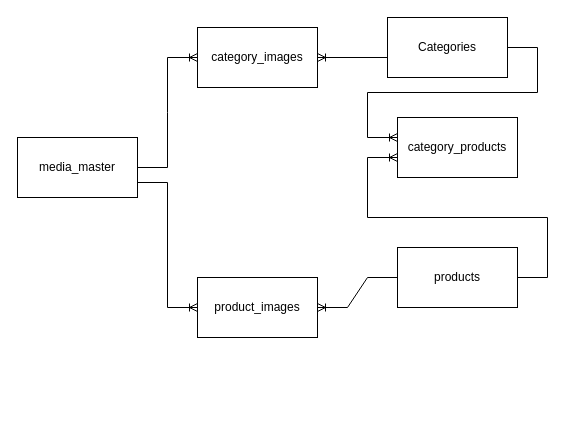
Sainath1998/git keeps this draw.io diagram as Untitled Diagram.drawio. Above is the earlier version. Source tidied: cells renumbered, new cells numbered last; positions are measured from the earlier drawing's top-left corner, leaving out a move shared by most shapes. Both pictures are drawn from the tidied source at 100%, with x=0, y=0 at pixel (17, 17).
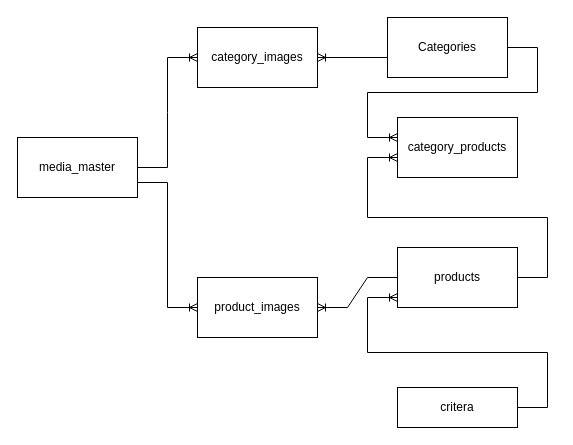
The same diagram, later.

Commit message:
product_criteria

Change to the diagram source:
```diff
@@
 <mxGraphModel>
   <root>
     <mxCell id="0" />
     <mxCell id="1" parent="0" />
     <mxCell id="2" value="Categories" style="rounded=0;whiteSpace=wrap;html=1;" parent="1" vertex="1">
       <mxGeometry x="370" width="120" height="60" as="geometry" />
     </mxCell>
     <mxCell id="3" value="category_products" style="rounded=0;whiteSpace=wrap;html=1;" parent="1" vertex="1">
       <mxGeometry x="380" y="100" width="120" height="60" as="geometry" />
     </mxCell>
     <mxCell id="4" value="products" style="rounded=0;whiteSpace=wrap;html=1;" parent="1" vertex="1">
       <mxGeometry x="380" y="230" width="120" height="60" as="geometry" />
     </mxCell>
     <mxCell id="5" style="edgeStyle=entityRelationEdgeStyle;fontSize=12;html=1;endArrow=ERoneToMany;rounded=0;exitX=1;exitY=0.5;exitDx=0;exitDy=0;" parent="1" edge="1" source="2">
       <mxGeometry relative="1" as="geometry">
         <mxPoint x="380" y="120" as="targetPoint" />
       </mxGeometry>
     </mxCell>
     <mxCell id="6" style="edgeStyle=entityRelationEdgeStyle;fontSize=12;html=1;endArrow=ERoneToMany;rounded=0;exitX=1;exitY=0.5;exitDx=0;exitDy=0;" parent="1" edge="1" source="4">
       <mxGeometry relative="1" as="geometry">
         <mxPoint x="380" y="140" as="targetPoint" />
       </mxGeometry>
     </mxCell>
     <mxCell id="7" value="category_images" style="rounded=0;whiteSpace=wrap;html=1;" parent="1" vertex="1">
       <mxGeometry x="180" y="10" width="120" height="60" as="geometry" />
     </mxCell>
     <mxCell id="8" value="product_images" style="rounded=0;whiteSpace=wrap;html=1;" parent="1" vertex="1">
       <mxGeometry x="180" y="260" width="120" height="60" as="geometry" />
     </mxCell>
     <mxCell id="9" style="edgeStyle=entityRelationEdgeStyle;fontSize=12;html=1;endArrow=ERoneToMany;rounded=0;entryX=1;entryY=0.5;entryDx=0;entryDy=0;" parent="1" edge="1" target="7">
       <mxGeometry relative="1" as="geometry">
         <mxPoint x="340" y="40" as="sourcePoint" />
       </mxGeometry>
     </mxCell>
     <mxCell id="10" style="edgeStyle=entityRelationEdgeStyle;fontSize=12;html=1;endArrow=ERoneToMany;rounded=0;entryX=1;entryY=0.5;entryDx=0;entryDy=0;exitX=0;exitY=0.5;exitDx=0;exitDy=0;" parent="1" edge="1" source="4" target="8">
       <mxGeometry relative="1" as="geometry" />
     </mxCell>
     <mxCell id="11" value="media_master" style="rounded=0;whiteSpace=wrap;html=1;" parent="1" vertex="1">
       <mxGeometry y="120" width="120" height="60" as="geometry" />
     </mxCell>
     <mxCell id="12" style="edgeStyle=entityRelationEdgeStyle;fontSize=12;html=1;endArrow=ERoneToMany;rounded=0;exitX=1;exitY=0.5;exitDx=0;exitDy=0;" parent="1" edge="1" source="11">
       <mxGeometry relative="1" as="geometry">
         <mxPoint x="180" y="40" as="targetPoint" />
       </mxGeometry>
     </mxCell>
     <mxCell id="13" style="edgeStyle=entityRelationEdgeStyle;fontSize=12;html=1;endArrow=ERoneToMany;rounded=0;exitX=1;exitY=0.75;exitDx=0;exitDy=0;" parent="1" edge="1" source="11">
       <mxGeometry relative="1" as="geometry">
         <mxPoint x="180" y="290" as="targetPoint" />
       </mxGeometry>
     </mxCell>
+    <mxCell id="14" value="critera" style="rounded=0;whiteSpace=wrap;html=1;" parent="1" vertex="1">
+      <mxGeometry x="380" y="370" width="120" height="40" as="geometry" />
+    </mxCell>
+    <mxCell id="15" style="edgeStyle=entityRelationEdgeStyle;fontSize=12;html=1;endArrow=ERoneToMany;rounded=0;exitX=1;exitY=0.5;exitDx=0;exitDy=0;" parent="1" edge="1" source="14">
+      <mxGeometry relative="1" as="geometry">
+        <mxPoint x="380" y="280" as="targetPoint" />
+      </mxGeometry>
+    </mxCell>
   </root>
 </mxGraphModel>
```
